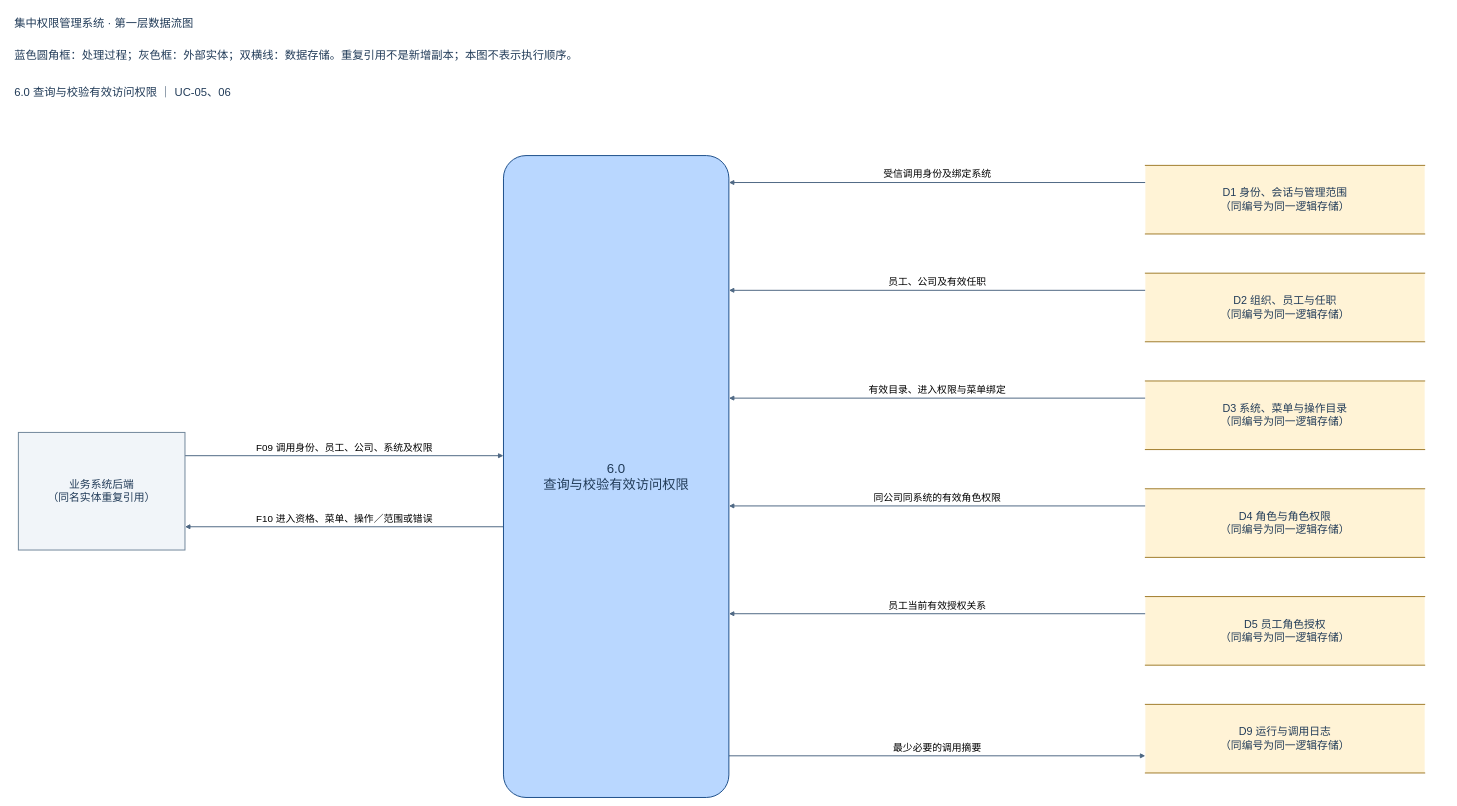
Before: docs/按用例分类/UC-05_查询员工有效权限/P6_第一层分区.drawio in Noah-hope/RBAC-admin, a draw.io diagram. Source tidied: cells renumbered, new cells numbered last; positions are measured from the earlier drawing's top-left corner, leaving out a move shared by most shapes. Both pictures are drawn from the tidied source at 49%, with x=0, y=0 at pixel (8, 8).
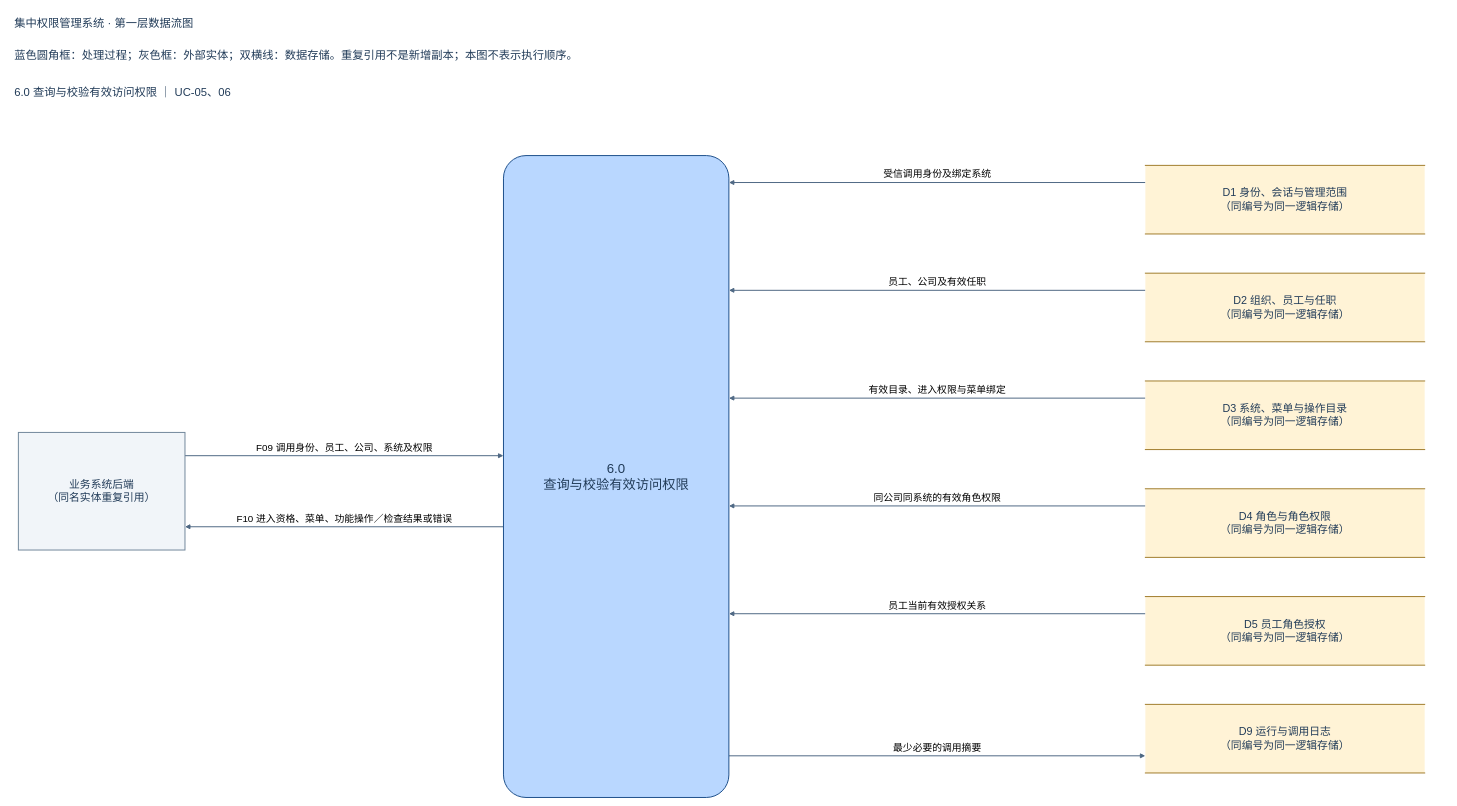
The same page after the edit.

Unchanged cells that the change refers to:
```xml
<mxCell id="13" value="6.0&lt;br&gt;查询与校验有效访问权限" style="html=1;whiteSpace=wrap;fontFamily=Microsoft YaHei;fontSize=22;fontColor=#213b58;align=center;verticalAlign=middle;strokeWidth=2;spacing=12;rounded=1;arcSize=10;fillColor=#b9d7ff;strokeColor=#1c4e8a;fontSize=27;" parent="1" vertex="1">
  <mxGeometry x="1010" y="300" width="460" height="1310" as="geometry" />
</mxCell>
<mxCell id="14" value="业务系统后端&lt;br&gt;（同名实体重复引用）" style="html=1;whiteSpace=wrap;fontFamily=Microsoft YaHei;fontSize=22;fontColor=#213b58;align=center;verticalAlign=middle;strokeWidth=2;spacing=12;rounded=0;fillColor=#f1f5f9;strokeColor=#71869a;" parent="1" vertex="1">
  <mxGeometry x="20" y="865" width="340" height="240" as="geometry" />
</mxCell>
```

Change to the diagram source:
```diff
@@
-    <mxCell id="6" value="F10 进入资格、菜单、操作／范围或错误" style="html=1;edgeStyle=none;noEdgeStyle=1;rounded=0;curved=0;endArrow=block;endFill=1;strokeColor=#4d6783;strokeWidth=2;fontFamily=Microsoft YaHei;fontSize=20;labelBackgroundColor=#ffffff;exitX=0.0;exitY=0.5782442748091603;entryX=1.0;entryY=0.8020833333333334;exitPerimeter=0;entryPerimeter=0;" parent="1" edge="1" source="13" target="14">
+    <mxCell id="6" value="F10 进入资格、菜单、功能操作／检查结果或错误" style="html=1;edgeStyle=none;noEdgeStyle=1;rounded=0;curved=0;endArrow=block;endFill=1;strokeColor=#4d6783;strokeWidth=2;fontFamily=Microsoft YaHei;fontSize=20;labelBackgroundColor=#ffffff;exitX=0.0;exitY=0.5782442748091603;entryX=1.0;entryY=0.8020833333333334;exitPerimeter=0;entryPerimeter=0;" parent="1" edge="1" source="13" target="14">
       <mxGeometry relative="1" as="geometry">
         <mxPoint y="-18" as="offset" />
       </mxGeometry>
     </mxCell>
```
